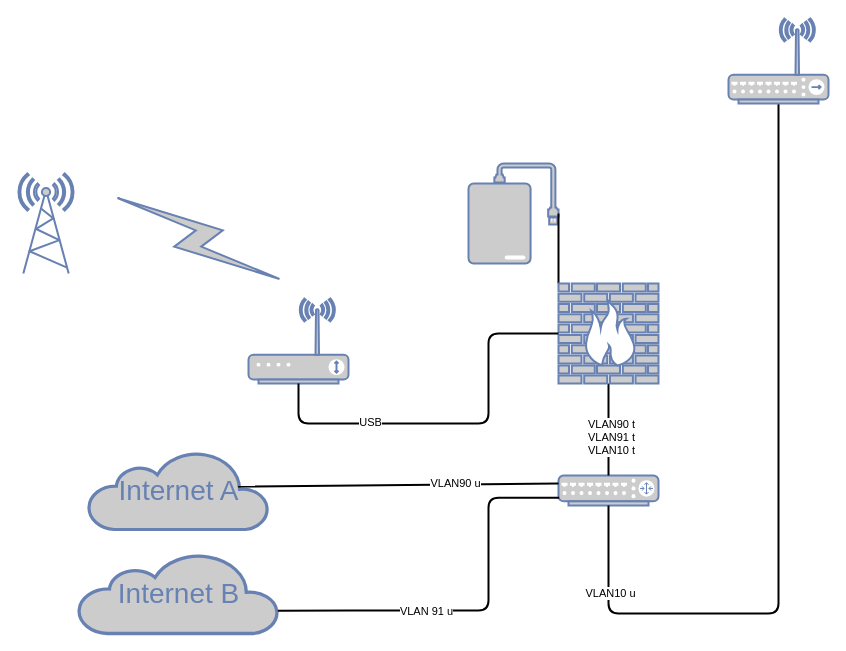
Above: Untitled Diagram.drawio in csharper2005/wwan-keepalive (draw.io), before the change. Source tidied: cells renumbered, new cells numbered last; positions are measured from the earlier drawing's top-left corner, leaving out a move shared by most shapes. Both pictures are drawn from the tidied source at 100%, with x=0, y=0 at pixel (18, 18).
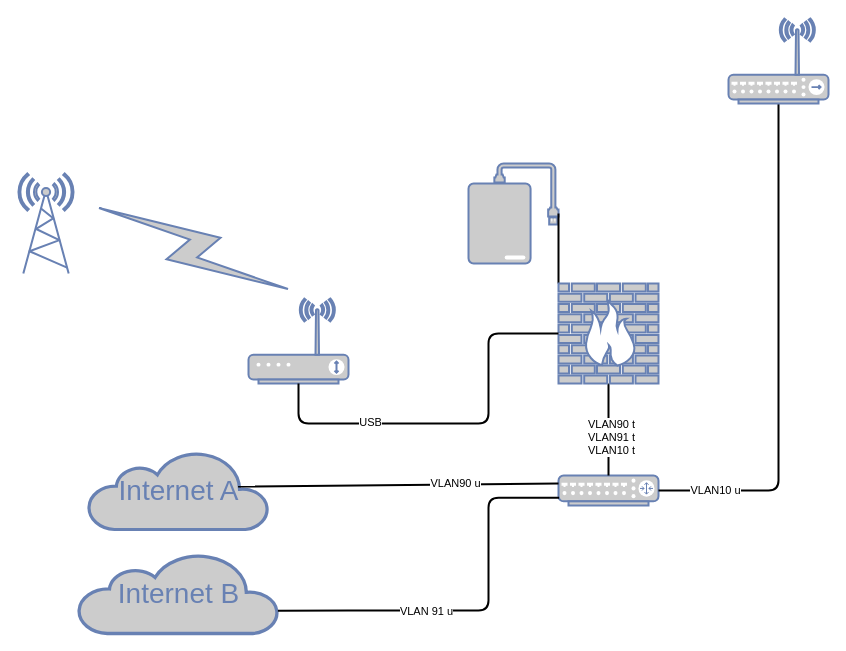
Above is the later version.

The change refers to these unchanged cells:
```xml
<mxCell id="2" style="fontColor=#0066CC;verticalAlign=top;verticalLabelPosition=bottom;labelPosition=center;align=center;html=1;fillColor=#CCCCCC;strokeColor=#6881B3;gradientColor=none;gradientDirection=north;strokeWidth=2;shape=mxgraph.networks.router;rounded=0;shadow=0;comic=0;" parent="1" vertex="1">
  <mxGeometry x="540" y="457" width="100" height="30" as="geometry" />
</mxCell>
<mxCell id="5" style="fontColor=#0066CC;verticalAlign=top;verticalLabelPosition=bottom;labelPosition=center;align=center;html=1;fillColor=#CCCCCC;strokeColor=#6881B3;gradientColor=none;gradientDirection=north;strokeWidth=2;shape=mxgraph.networks.wireless_hub;rounded=0;shadow=0;comic=0;" parent="1" vertex="1">
  <mxGeometry x="710" width="100" height="85" as="geometry" />
</mxCell>
```

Diff of the diagram source:
```diff
@@
-    <mxCell id="3" style="edgeStyle=orthogonalEdgeStyle;html=1;labelBackgroundColor=none;endArrow=none;endFill=0;strokeWidth=2;fontFamily=Verdana;fontSize=15;fontColor=#036897;" parent="1" edge="1" source="5" target="2">
+    <mxCell id="3" style="edgeStyle=orthogonalEdgeStyle;html=1;labelBackgroundColor=none;endArrow=none;endFill=0;strokeWidth=2;fontFamily=Verdana;fontSize=15;fontColor=#036897;entryX=1;entryY=0.5;entryDx=0;entryDy=0;entryPerimeter=0;" parent="1" edge="1" source="5" target="2">
       <mxGeometry relative="1" as="geometry">
         <Array as="points">
-          <mxPoint x="760" y="595" />
-          <mxPoint x="590" y="595" />
+          <mxPoint x="760" y="472" />
         </Array>
       </mxGeometry>
     </mxCell>
@@
     <mxCell id="21" style="html=1;outlineConnect=0;fillColor=#CCCCCC;strokeColor=#6881B3;gradientColor=none;gradientDirection=north;strokeWidth=2;shape=mxgraph.networks.comm_link_edge;html=1;rounded=0;" parent="1" edge="1">
       <mxGeometry relative="1" as="geometry">
-        <mxPoint x="90" y="175" as="sourcePoint" />
-        <mxPoint x="270" y="265" as="targetPoint" />
+        <mxPoint x="70" y="185" as="sourcePoint" />
+        <mxPoint x="280" y="275" as="targetPoint" />
       </mxGeometry>
     </mxCell>
```
